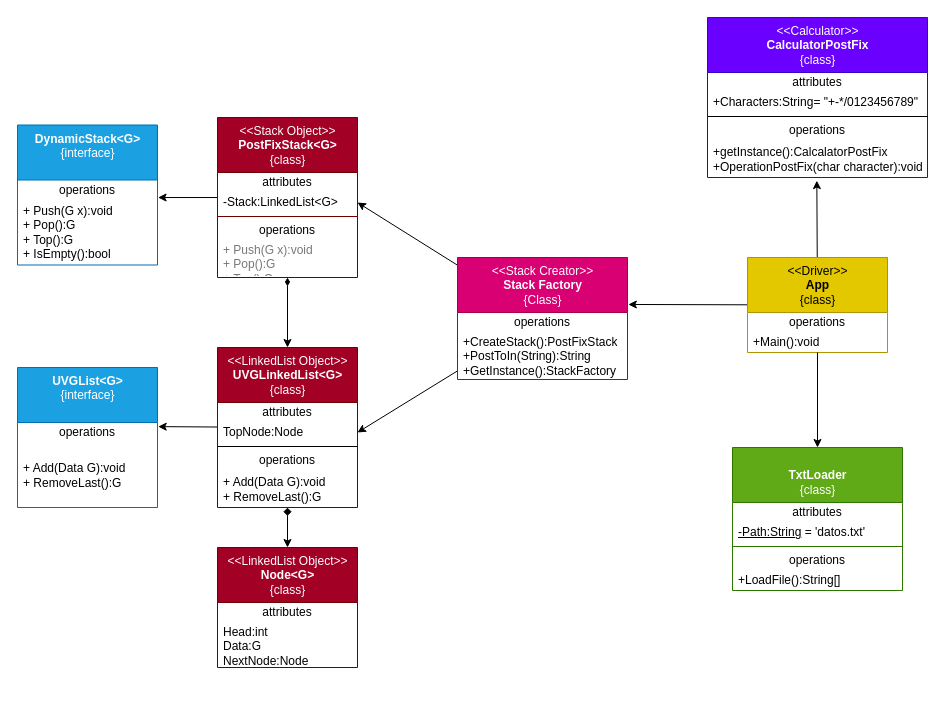
This is tasks/UML.drawio from PeDro0210/hdt_4, a draw.io file, before an edit. Source tidied: cells renumbered, new cells numbered last; positions are measured from the earlier drawing's top-left corner, leaving out a move shared by most shapes. Both pictures are drawn from the tidied source at 100%, with x=0, y=0 at pixel (17, 17).
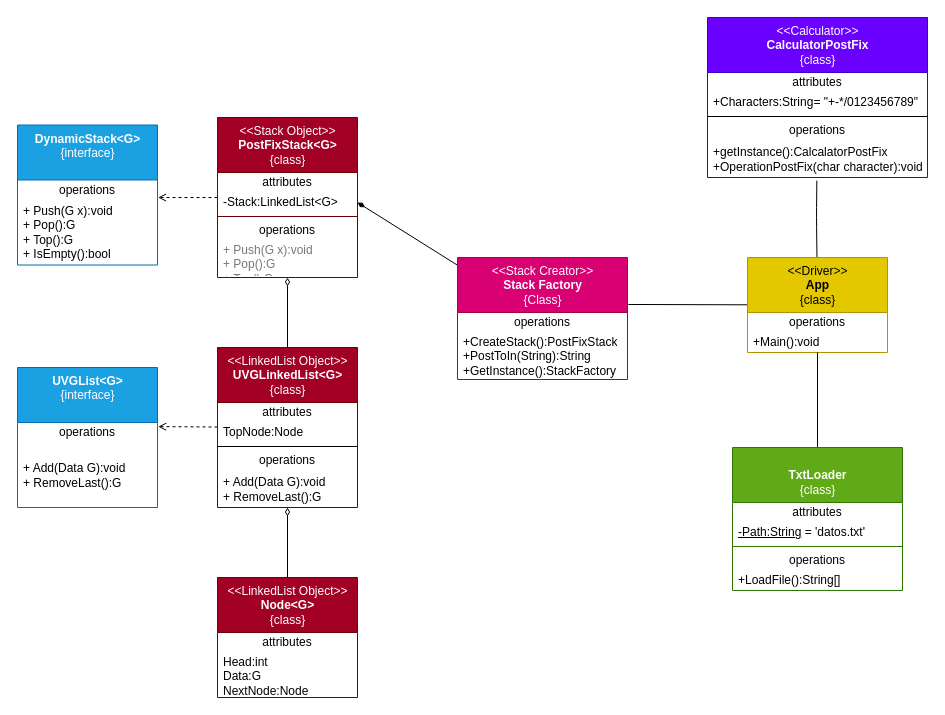
After the change.

The change refers to these unchanged cells:
```xml
<mxCell id="4" value="+ Push(G x):void&lt;br&gt;+ Pop():G&lt;br&gt;+ Top():G&lt;br&gt;+ IsEmpty():bool" style="text;html=1;strokeColor=none;fillColor=none;align=left;verticalAlign=middle;spacingLeft=4;spacingRight=4;overflow=hidden;points=[[0,0.5],[1,0.5]];portConstraint=eastwest;" parent="2" vertex="1">
  <mxGeometry y="75" width="140" height="65" as="geometry" />
</mxCell>
<mxCell id="7" value="&amp;lt;&amp;lt;Stack Object&amp;gt;&amp;gt;&lt;br&gt;&lt;b&gt;PostFixStack&amp;lt;G&amp;gt;&lt;/b&gt;&lt;br&gt;{class}" style="swimlane;fontStyle=0;align=center;verticalAlign=top;horizontal=1;startSize=55;html=1;fillColor=#a20025;fontColor=#ffffff;strokeColor=#6F0000;" parent="1" vertex="1">
  <mxGeometry x="200" y="100" width="140" height="160" as="geometry" />
</mxCell>
<mxCell id="9" value="-Stack:LinkedList&amp;lt;G&amp;gt;" style="text;html=1;strokeColor=none;fillColor=none;align=left;verticalAlign=middle;spacingLeft=4;spacingRight=4;overflow=hidden;points=[[0,0.5],[1,0.5]];portConstraint=eastwest;" parent="7" vertex="1">
  <mxGeometry y="75" width="140" height="20" as="geometry" />
</mxCell>
<mxCell id="15" value="&amp;lt;&amp;lt;Driver&amp;gt;&amp;gt;&lt;br&gt;&lt;b&gt;App&lt;br&gt;&lt;/b&gt;{class}" style="swimlane;fontStyle=0;align=center;verticalAlign=top;horizontal=1;startSize=55;html=1;fillColor=#e3c800;fontColor=#000000;strokeColor=#B09500;" parent="1" vertex="1">
  <mxGeometry x="730" y="240" width="140" height="95" as="geometry" />
</mxCell>
<mxCell id="17" value="+Main():void" style="text;html=1;strokeColor=none;fillColor=none;align=left;verticalAlign=middle;spacingLeft=4;spacingRight=4;overflow=hidden;points=[[0,0.5],[1,0.5]];portConstraint=eastwest;" parent="15" vertex="1">
  <mxGeometry y="75" width="140" height="20" as="geometry" />
</mxCell>
<mxCell id="20" value="&amp;lt;&amp;lt;LinkedList Object&amp;gt;&amp;gt;&lt;br&gt;&lt;b&gt;UVGLinkedList&amp;lt;G&amp;gt;&lt;/b&gt;&lt;br&gt;{class}" style="swimlane;fontStyle=0;align=center;verticalAlign=top;horizontal=1;startSize=55;html=1;fillColor=#a20025;fontColor=#ffffff;strokeColor=#6F0000;" parent="1" vertex="1">
  <mxGeometry x="200" y="330" width="140" height="160" as="geometry" />
</mxCell>
<mxCell id="22" value="TopNode:Node" style="text;html=1;strokeColor=none;fillColor=none;align=left;verticalAlign=middle;spacingLeft=4;spacingRight=4;overflow=hidden;points=[[0,0.5],[1,0.5]];portConstraint=eastwest;" parent="20" vertex="1">
  <mxGeometry y="75" width="140" height="20" as="geometry" />
</mxCell>
<mxCell id="25" value="+ Add(Data G):void&lt;br&gt;+ RemoveLast():G" style="text;html=1;strokeColor=none;fillColor=none;align=left;verticalAlign=middle;spacingLeft=4;spacingRight=4;overflow=hidden;points=[[0,0.5],[1,0.5]];portConstraint=eastwest;" parent="20" vertex="1">
  <mxGeometry y="123" width="140" height="37" as="geometry" />
</mxCell>
<mxCell id="27" value="operations" style="text;html=1;strokeColor=none;fillColor=none;align=center;verticalAlign=middle;spacingLeft=4;spacingRight=4;overflow=hidden;points=[[0,0.5],[1,0.5]];portConstraint=eastwest;" parent="26" vertex="1">
  <mxGeometry y="55" width="140" height="20" as="geometry" />
</mxCell>
<mxCell id="34" value="+getInstance():CalcalatorPostFix&lt;br&gt;+OperationPostFix(char character):void" style="text;html=1;strokeColor=none;fillColor=none;align=left;verticalAlign=middle;spacingLeft=4;spacingRight=4;overflow=hidden;points=[[0,0.5],[1,0.5]];portConstraint=eastwest;" parent="29" vertex="1">
  <mxGeometry y="123" width="220" height="37" as="geometry" />
</mxCell>
<mxCell id="36" value="&lt;br&gt;&lt;b&gt;TxtLoader&lt;/b&gt;&lt;br&gt;{class}" style="swimlane;fontStyle=0;align=center;verticalAlign=top;horizontal=1;startSize=55;html=1;fillColor=#60a917;fontColor=#ffffff;strokeColor=#2D7600;" parent="1" vertex="1">
  <mxGeometry x="715" y="430" width="170" height="143" as="geometry" />
</mxCell>
<mxCell id="44" value="&amp;lt;&amp;lt;Stack Creator&amp;gt;&amp;gt;&lt;br&gt;&lt;b&gt;Stack Factory&lt;br&gt;&lt;/b&gt;{Class}" style="swimlane;fontStyle=0;align=center;verticalAlign=top;horizontal=1;startSize=55;html=1;fillColor=#d80073;fontColor=#ffffff;strokeColor=#A50040;" parent="1" vertex="1">
  <mxGeometry x="440" y="240" width="170" height="122" as="geometry" />
</mxCell>
```

The edit, as a diff of the source:
```diff
@@
-    <mxCell id="5" style="edgeStyle=none;html=1;entryX=1.004;entryY=-0.038;entryDx=0;entryDy=0;entryPerimeter=0;" parent="1" edge="1" source="7" target="4">
+    <mxCell id="5" style="edgeStyle=none;html=1;entryX=1.004;entryY=-0.038;entryDx=0;entryDy=0;entryPerimeter=0;dashed=1;endArrow=open;endFill=0;" parent="1" edge="1" source="7" target="4">
       <mxGeometry relative="1" as="geometry" />
     </mxCell>
-    <mxCell id="6" style="edgeStyle=none;html=1;entryX=0.5;entryY=0;entryDx=0;entryDy=0;fontColor=#787878;startArrow=diamondThin;startFill=1;" parent="1" edge="1" source="7" target="20">
+    <mxCell id="6" style="edgeStyle=none;html=1;entryX=0.5;entryY=0;entryDx=0;entryDy=0;fontColor=#787878;startArrow=diamondThin;startFill=0;endArrow=none;endFill=0;" parent="1" edge="1" source="7" target="20">
       <mxGeometry relative="1" as="geometry" />
     </mxCell>
@@
-    <mxCell id="13" style="edgeStyle=none;html=1;entryX=0.497;entryY=1.084;entryDx=0;entryDy=0;entryPerimeter=0;fontColor=#787878;" parent="1" edge="1" source="15" target="34">
-      <mxGeometry relative="1" as="geometry" />
+    <mxCell id="13" style="edgeStyle=none;html=1;entryX=0.497;entryY=1.084;entryDx=0;entryDy=0;entryPerimeter=0;fontColor=#787878;endArrow=none;endFill=0;" parent="1" edge="1" source="15" target="34">
+      <mxGeometry relative="1" as="geometry">
+        <Array as="points">
+          <mxPoint x="799" y="200" />
+        </Array>
+      </mxGeometry>
     </mxCell>
-    <mxCell id="14" style="edgeStyle=none;html=1;entryX=1.005;entryY=0.385;entryDx=0;entryDy=0;entryPerimeter=0;" parent="1" edge="1" source="15" target="44">
+    <mxCell id="14" style="edgeStyle=none;html=1;entryX=1.005;entryY=0.385;entryDx=0;entryDy=0;entryPerimeter=0;endArrow=none;endFill=0;" parent="1" edge="1" source="15" target="44">
       <mxGeometry relative="1" as="geometry" />
     </mxCell>
@@
-    <mxCell id="18" style="edgeStyle=none;html=1;entryX=1.005;entryY=0.206;entryDx=0;entryDy=0;entryPerimeter=0;" parent="1" edge="1" source="20" target="27">
+    <mxCell id="18" style="edgeStyle=none;html=1;entryX=1.005;entryY=0.206;entryDx=0;entryDy=0;entryPerimeter=0;dashed=1;endArrow=open;endFill=0;" parent="1" edge="1" source="20" target="27">
       <mxGeometry relative="1" as="geometry" />
     </mxCell>
-    <mxCell id="19" style="html=1;startArrow=diamond;startFill=1;" parent="1" edge="1" source="20" target="47">
+    <mxCell id="19" style="html=1;startArrow=diamondThin;startFill=0;endArrow=none;endFill=0;" parent="1" edge="1" source="25" target="47">
       <mxGeometry relative="1" as="geometry" />
     </mxCell>
@@
-    <mxCell id="35" style="edgeStyle=none;html=1;fontColor=#787878;startArrow=classic;startFill=1;endArrow=none;endFill=0;" parent="1" edge="1" source="36" target="17">
+    <mxCell id="35" style="edgeStyle=none;html=1;fontColor=#787878;startArrow=none;startFill=0;endArrow=none;endFill=0;" parent="1" edge="1" source="36" target="17">
       <mxGeometry relative="1" as="geometry" />
     </mxCell>
@@
-    <mxCell id="42" style="edgeStyle=none;html=1;entryX=1;entryY=0.5;entryDx=0;entryDy=0;" parent="1" edge="1" source="44" target="9">
+    <mxCell id="42" style="edgeStyle=none;html=1;entryX=1;entryY=0.5;entryDx=0;entryDy=0;endArrow=diamondThin;endFill=1;" parent="1" edge="1" source="44" target="9">
       <mxGeometry relative="1" as="geometry" />
     </mxCell>
-    <mxCell id="43" style="edgeStyle=none;html=1;entryX=1;entryY=0.5;entryDx=0;entryDy=0;" parent="1" edge="1" source="44" target="22">
-      <mxGeometry relative="1" as="geometry" />
-    </mxCell>
@@
     <mxCell id="47" value="&amp;lt;&amp;lt;LinkedList Object&amp;gt;&amp;gt;&lt;br&gt;&lt;b&gt;Node&amp;lt;G&amp;gt;&lt;/b&gt;&lt;br&gt;{class}" style="swimlane;fontStyle=0;align=center;verticalAlign=top;horizontal=1;startSize=55;html=1;fillColor=#a20025;fontColor=#ffffff;strokeColor=#6F0000;" parent="1" vertex="1">
-      <mxGeometry x="200" y="530" width="140" height="120" as="geometry" />
+      <mxGeometry x="200" y="560" width="140" height="120" as="geometry" />
     </mxCell>
```
